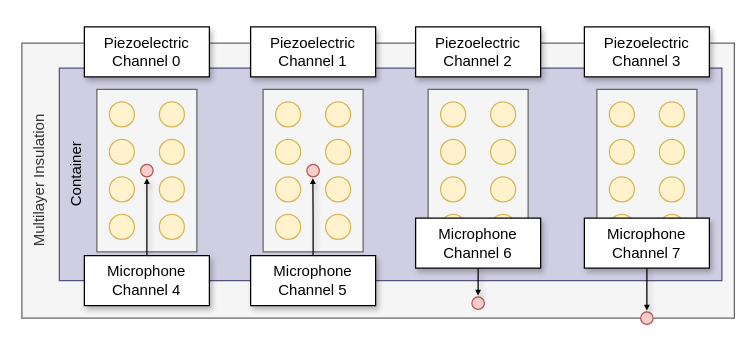
dkadyrov/Vibro-Acoustic-Signatures-and-Detection-Algorithms-for-Stored-Product-Insects keeps this draw.io diagram as page "sensor layout" (6 of 10) of dissertation/dissertation_diagram.drawio. Above is the earlier version. Source tidied: cells renumbered, new cells numbered last; positions are measured from the earlier drawing's top-left corner, leaving out a move shared by most shapes. Both pictures are drawn from the tidied source at 125%, with x=0, y=0 at pixel (21, 26).
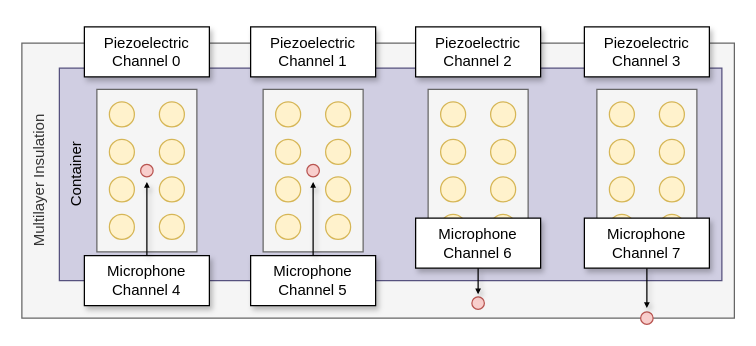
The same page after the edit.

The change refers to these unchanged cells:
```xml
<mxCell id="15" value="&lt;div&gt;Microphone&lt;/div&gt;Channel 5" style="rounded=0;whiteSpace=wrap;html=1;fontFamily=NewComputerModernMath;shadow=1;fontSize=12;" parent="1" vertex="1">
  <mxGeometry x="183" y="183" width="100" height="40" as="geometry" />
</mxCell>
<mxCell id="28" value="&lt;div&gt;Microphone&lt;/div&gt;Channel 6" style="rounded=0;whiteSpace=wrap;html=1;fontFamily=NewComputerModernMath;shadow=1;fontSize=12;" parent="1" vertex="1">
  <mxGeometry x="315" y="153" width="100" height="40" as="geometry" />
</mxCell>
<mxCell id="54" value="&lt;div&gt;Microphone&lt;/div&gt;Channel 4" style="rounded=0;whiteSpace=wrap;html=1;fontFamily=NewComputerModernMath;shadow=1;fontSize=12;" parent="1" vertex="1">
  <mxGeometry x="50" y="183" width="100" height="40" as="geometry" />
</mxCell>
```

Change to the diagram source:
```diff
@@
-    <mxCell id="16" style="edgeStyle=orthogonalEdgeStyle;rounded=0;jettySize=auto;html=1;exitX=0.5;exitY=0;exitDx=0;exitDy=0;entryX=0.5;entryY=1;entryDx=0;entryDy=0;endArrow=block;endFill=1;endSize=2;shadow=1;fontFamily=NewComputerModernMath;fontSize=12;" parent="1" edge="1" source="15">
+    <mxCell id="16" style="edgeStyle=orthogonalEdgeStyle;rounded=0;jettySize=auto;html=1;exitX=0.5;exitY=0;exitDx=0;exitDy=0;endArrow=block;endFill=1;endSize=2;shadow=1;fontFamily=NewComputerModernMath;fontSize=12;" parent="1" edge="1" source="15">
       <mxGeometry relative="1" as="geometry">
-        <mxPoint x="232.8" y="121" as="targetPoint" />
+        <mxPoint x="233" y="124" as="targetPoint" />
       </mxGeometry>
     </mxCell>
@@
-    <mxCell id="29" style="edgeStyle=orthogonalEdgeStyle;rounded=0;jettySize=auto;html=1;endArrow=block;endFill=1;endSize=2;shadow=1;entryX=0.5;entryY=0;entryDx=0;entryDy=0;fontFamily=NewComputerModernMath;fontSize=12;exitX=0.5;exitY=1;exitDx=0;exitDy=0;" parent="1" edge="1" source="28">
+    <mxCell id="29" style="edgeStyle=orthogonalEdgeStyle;rounded=0;jettySize=auto;html=1;endArrow=block;endFill=1;endSize=2;shadow=1;fontFamily=NewComputerModernMath;fontSize=12;exitX=0.5;exitY=1;exitDx=0;exitDy=0;" parent="1" edge="1" source="28">
       <mxGeometry relative="1" as="geometry">
-        <mxPoint x="365" y="215" as="targetPoint" />
+        <mxPoint x="365" y="214" as="targetPoint" />
       </mxGeometry>
     </mxCell>
@@
     <mxCell id="32" style="edgeStyle=orthogonalEdgeStyle;rounded=0;orthogonalLoop=1;jettySize=auto;html=1;exitX=0.5;exitY=1;exitDx=0;exitDy=0;endArrow=block;endFill=1;endSize=2;shadow=1;fontFamily=NewComputerModernMath;fontSize=12;" parent="1" edge="1">
       <mxGeometry relative="1" as="geometry">
-        <mxPoint x="500" y="192" as="sourcePoint" />
-        <mxPoint x="500" y="227" as="targetPoint" />
+        <mxPoint x="500" y="193" as="sourcePoint" />
+        <mxPoint x="500" y="225" as="targetPoint" />
       </mxGeometry>
     </mxCell>
@@
     <mxCell id="55" style="edgeStyle=orthogonalEdgeStyle;rounded=0;jettySize=auto;html=1;exitX=0.5;exitY=0;exitDx=0;exitDy=0;endArrow=block;endFill=1;endSize=2;shadow=1;fontFamily=NewComputerModernMath;fontSize=12;" parent="1" edge="1" source="54">
       <mxGeometry relative="1" as="geometry">
-        <mxPoint x="100" y="121" as="targetPoint" />
+        <mxPoint x="100" y="124" as="targetPoint" />
       </mxGeometry>
     </mxCell>
```
